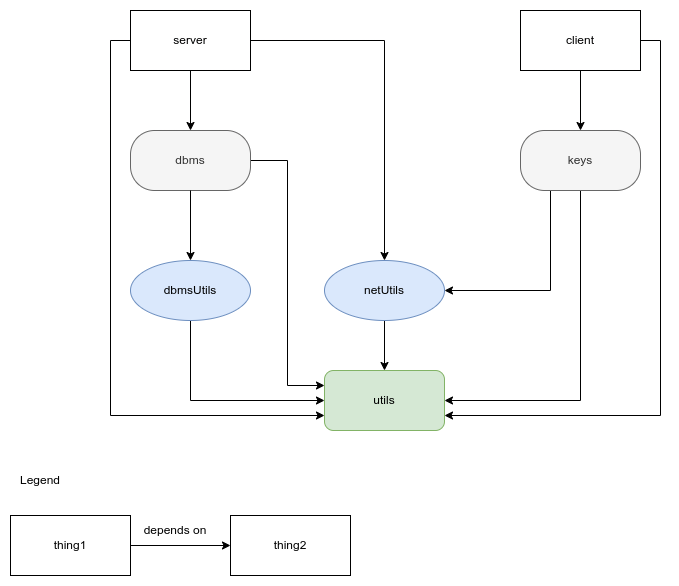
This is DS-MandatoryExercise2_Dependency-Graph.png from cpetre01/DS-MandatoryExercise, a draw.io export, as it was before one commit. Source tidied: cells renumbered, new cells last; positions are measured from the earlier drawing's top-left corner, leaving out a move shared by most shapes.
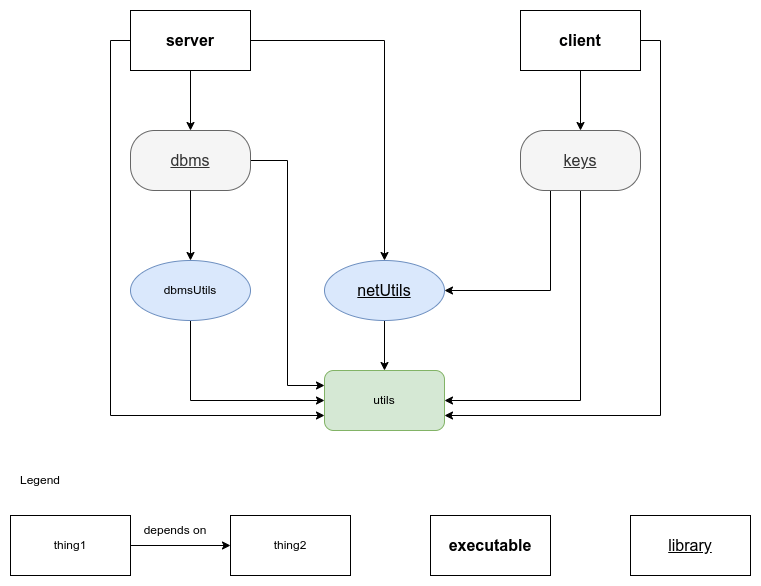
The same diagram one commit later.

The edit, as a diff of the source:
```diff
@@ -23,13 +23,13 @@
     <mxCell id="8" style="edgeStyle=orthogonalEdgeStyle;rounded=0;jettySize=auto;html=1;exitX=1;exitY=0.5;exitDx=0;exitDy=0;entryX=0.5;entryY=0;entryDx=0;entryDy=0;" parent="1" edge="1" source="19" target="9">
       <mxGeometry relative="1" as="geometry" />
     </mxCell>
-    <mxCell id="9" value="netUtils" style="rounded=1;whiteSpace=wrap;html=1;arcSize=200;fillColor=#dae8fc;strokeColor=#6c8ebf;" parent="1" vertex="1">
+    <mxCell id="9" value="netUtils" style="rounded=1;whiteSpace=wrap;html=1;arcSize=200;fillColor=#dae8fc;strokeColor=#6c8ebf;fontSize=16;fontStyle=4;" parent="1" vertex="1">
       <mxGeometry x="314" y="250" width="120" height="60" as="geometry" />
     </mxCell>
     <mxCell id="10" style="edgeStyle=orthogonalEdgeStyle;rounded=0;jettySize=auto;html=1;exitX=0.5;exitY=1;exitDx=0;exitDy=0;entryX=0.5;entryY=0;entryDx=0;entryDy=0;" parent="1" edge="1" source="18" target="11">
       <mxGeometry relative="1" as="geometry" />
     </mxCell>
-    <mxCell id="11" value="keys" style="rounded=1;whiteSpace=wrap;html=1;fillColor=#f5f5f5;fontColor=#333333;strokeColor=#666666;arcSize=40;" parent="1" vertex="1">
+    <mxCell id="11" value="keys" style="rounded=1;whiteSpace=wrap;html=1;fillColor=#f5f5f5;fontColor=#333333;strokeColor=#666666;arcSize=40;fontStyle=4;fontSize=16;" parent="1" vertex="1">
       <mxGeometry x="510" y="120" width="120" height="60" as="geometry" />
     </mxCell>
     <mxCell id="12" style="edgeStyle=orthogonalEdgeStyle;rounded=0;jettySize=auto;html=1;exitX=0.5;exitY=1;exitDx=0;exitDy=0;entryX=0.5;entryY=0;entryDx=0;entryDy=0;" parent="1" edge="1" source="19" target="14">
@@ -38,7 +38,7 @@
     <mxCell id="13" style="edgeStyle=orthogonalEdgeStyle;rounded=0;jettySize=auto;html=1;exitX=1;exitY=0.5;exitDx=0;exitDy=0;entryX=0;entryY=0.25;entryDx=0;entryDy=0;" parent="1" edge="1" source="14" target="6">
       <mxGeometry relative="1" as="geometry" />
     </mxCell>
-    <mxCell id="14" value="dbms" style="rounded=1;whiteSpace=wrap;html=1;arcSize=40;glass=0;sketch=0;shadow=0;fillColor=#f5f5f5;fontColor=#333333;strokeColor=#666666;" parent="1" vertex="1">
+    <mxCell id="14" value="dbms" style="rounded=1;whiteSpace=wrap;html=1;arcSize=40;glass=0;sketch=0;shadow=0;fillColor=#f5f5f5;fontColor=#333333;strokeColor=#666666;fontStyle=4;fontSize=16;" parent="1" vertex="1">
       <mxGeometry x="120" y="120" width="120" height="60" as="geometry" />
     </mxCell>
     <mxCell id="15" style="edgeStyle=orthogonalEdgeStyle;rounded=0;jettySize=auto;html=1;exitX=0.5;exitY=1;exitDx=0;exitDy=0;entryX=0.5;entryY=0;entryDx=0;entryDy=0;" parent="1" edge="1" source="14" target="16">
@@ -50,10 +50,10 @@
     <mxCell id="17" style="edgeStyle=orthogonalEdgeStyle;rounded=0;jettySize=auto;html=1;exitX=1;exitY=0.5;exitDx=0;exitDy=0;entryX=1;entryY=0.75;entryDx=0;entryDy=0;" parent="1" edge="1" source="18" target="6">
       <mxGeometry relative="1" as="geometry" />
     </mxCell>
-    <mxCell id="18" value="client" style="rounded=0;whiteSpace=wrap;html=1;" parent="1" vertex="1">
+    <mxCell id="18" value="client" style="rounded=0;whiteSpace=wrap;html=1;fontSize=16;fontStyle=1;" parent="1" vertex="1">
       <mxGeometry x="510" width="120" height="60" as="geometry" />
     </mxCell>
-    <mxCell id="19" value="server" style="rounded=0;whiteSpace=wrap;html=1;" parent="1" vertex="1">
+    <mxCell id="19" value="server" style="rounded=0;whiteSpace=wrap;html=1;fontStyle=1;fontSize=16;" parent="1" vertex="1">
       <mxGeometry x="120" width="120" height="60" as="geometry" />
     </mxCell>
     <mxCell id="20" value="thing2" style="rounded=0;whiteSpace=wrap;html=1;shadow=0;glass=0;sketch=0;gradientColor=none;" parent="1" vertex="1">
@@ -71,5 +71,11 @@
     <mxCell id="24" value="Legend" style="text;html=1;strokeColor=none;fillColor=none;align=center;verticalAlign=middle;whiteSpace=wrap;rounded=0;shadow=0;glass=0;sketch=0;" parent="1" vertex="1">
       <mxGeometry y="455" width="60" height="30" as="geometry" />
     </mxCell>
+    <mxCell id="25" value="executable" style="rounded=0;whiteSpace=wrap;html=1;fontStyle=1;fontSize=16;" parent="1" vertex="1">
+      <mxGeometry x="420" y="505" width="120" height="60" as="geometry" />
+    </mxCell>
+    <mxCell id="26" value="library" style="rounded=0;whiteSpace=wrap;html=1;fontStyle=4;fontSize=16;" parent="1" vertex="1">
+      <mxGeometry x="620" y="505" width="120" height="60" as="geometry" />
+    </mxCell>
   </root>
 </mxGraphModel>
```
